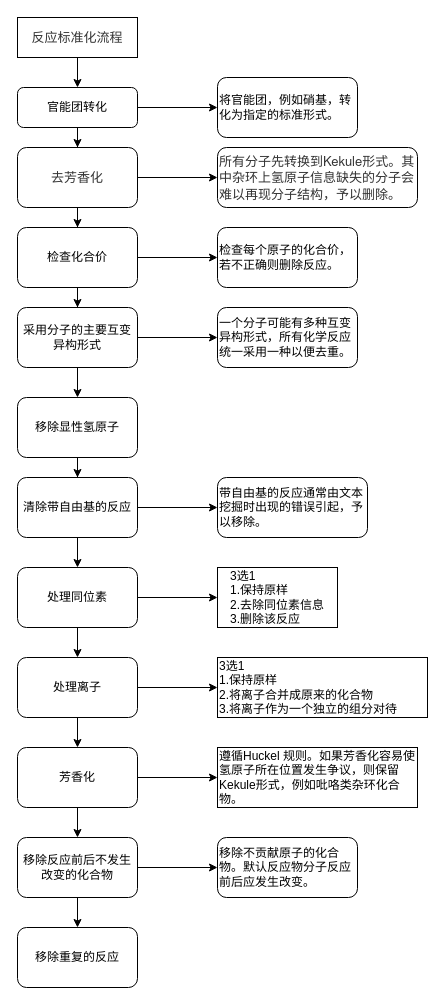
Mike575/drawio keeps this draw.io diagram as AAM_cleanReaction.drawio. Above is the earlier version. Source tidied: cells renumbered, new cells numbered last; positions are measured from the earlier drawing's top-left corner, leaving out a move shared by most shapes. Both pictures are drawn from the tidied source at 100%, with x=0, y=0 at pixel (17, 17).
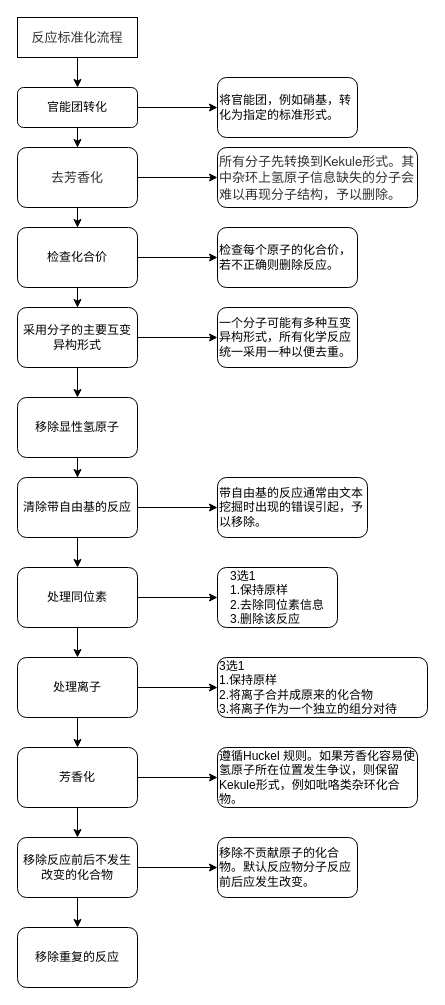
The same diagram, later.

What changed in the source:
```diff
@@
-    <mxCell id="24" value="&lt;div style=&quot;text-align: left&quot;&gt;&lt;span&gt;&lt;font style=&quot;font-size: 12px&quot;&gt;3选1&lt;/font&gt;&lt;/span&gt;&lt;/div&gt;&lt;div style=&quot;text-align: left&quot;&gt;&lt;span&gt;&lt;font style=&quot;font-size: 12px&quot;&gt;1.保持原样&lt;/font&gt;&lt;/span&gt;&lt;/div&gt;&lt;font style=&quot;font-size: 12px&quot;&gt;2.去除同位素信息&lt;br&gt;&lt;/font&gt;&lt;div style=&quot;text-align: left&quot;&gt;&lt;span&gt;&lt;font style=&quot;font-size: 12px&quot;&gt;3.删除该反应&lt;/font&gt;&lt;/span&gt;&lt;/div&gt;" style="whiteSpace=wrap;html=1;rounded=0;shadow=0;strokeWidth=1;glass=0;" parent="1" vertex="1">
+    <mxCell id="24" value="&lt;div style=&quot;text-align: left&quot;&gt;&lt;span&gt;&lt;font style=&quot;font-size: 12px&quot;&gt;3选1&lt;/font&gt;&lt;/span&gt;&lt;/div&gt;&lt;div style=&quot;text-align: left&quot;&gt;&lt;span&gt;&lt;font style=&quot;font-size: 12px&quot;&gt;1.保持原样&lt;/font&gt;&lt;/span&gt;&lt;/div&gt;&lt;font style=&quot;font-size: 12px&quot;&gt;2.去除同位素信息&lt;br&gt;&lt;/font&gt;&lt;div style=&quot;text-align: left&quot;&gt;&lt;span&gt;&lt;font style=&quot;font-size: 12px&quot;&gt;3.删除该反应&lt;/font&gt;&lt;/span&gt;&lt;/div&gt;" style="whiteSpace=wrap;html=1;rounded=1;shadow=0;strokeWidth=1;glass=0;" parent="1" vertex="1">
       <mxGeometry x="200" y="550" width="120" height="60" as="geometry" />
     </mxCell>
@@
-    <mxCell id="28" value="&lt;div&gt;3选1&lt;/div&gt;&lt;div&gt;1.保持原样&lt;/div&gt;2.将离子合并成原来的化合物&lt;br&gt;&lt;div&gt;3.将离子作为一个独立的组分对待&lt;/div&gt;" style="whiteSpace=wrap;html=1;rounded=0;shadow=0;strokeWidth=1;glass=0;align=left;" parent="1" vertex="1">
+    <mxCell id="28" value="&lt;div&gt;3选1&lt;/div&gt;&lt;div&gt;1.保持原样&lt;/div&gt;2.将离子合并成原来的化合物&lt;br&gt;&lt;div&gt;3.将离子作为一个独立的组分对待&lt;/div&gt;" style="whiteSpace=wrap;html=1;rounded=1;shadow=0;strokeWidth=1;glass=0;align=left;" parent="1" vertex="1">
       <mxGeometry x="200" y="640" width="210" height="60" as="geometry" />
     </mxCell>
@@
-    <mxCell id="32" value="&lt;div&gt;遵循Huckel 规则。如果芳香化容易使氢原子所在位置发生争议，则保留Kekule形式，例如吡咯类杂环化合物。&lt;/div&gt;" style="whiteSpace=wrap;html=1;rounded=0;shadow=0;strokeWidth=1;glass=0;align=left;" parent="1" vertex="1">
+    <mxCell id="32" value="&lt;div&gt;遵循Huckel 规则。如果芳香化容易使氢原子所在位置发生争议，则保留Kekule形式，例如吡咯类杂环化合物。&lt;/div&gt;" style="whiteSpace=wrap;html=1;rounded=1;shadow=0;strokeWidth=1;glass=0;align=left;" parent="1" vertex="1">
       <mxGeometry x="200" y="730" width="200" height="60" as="geometry" />
     </mxCell>
```
